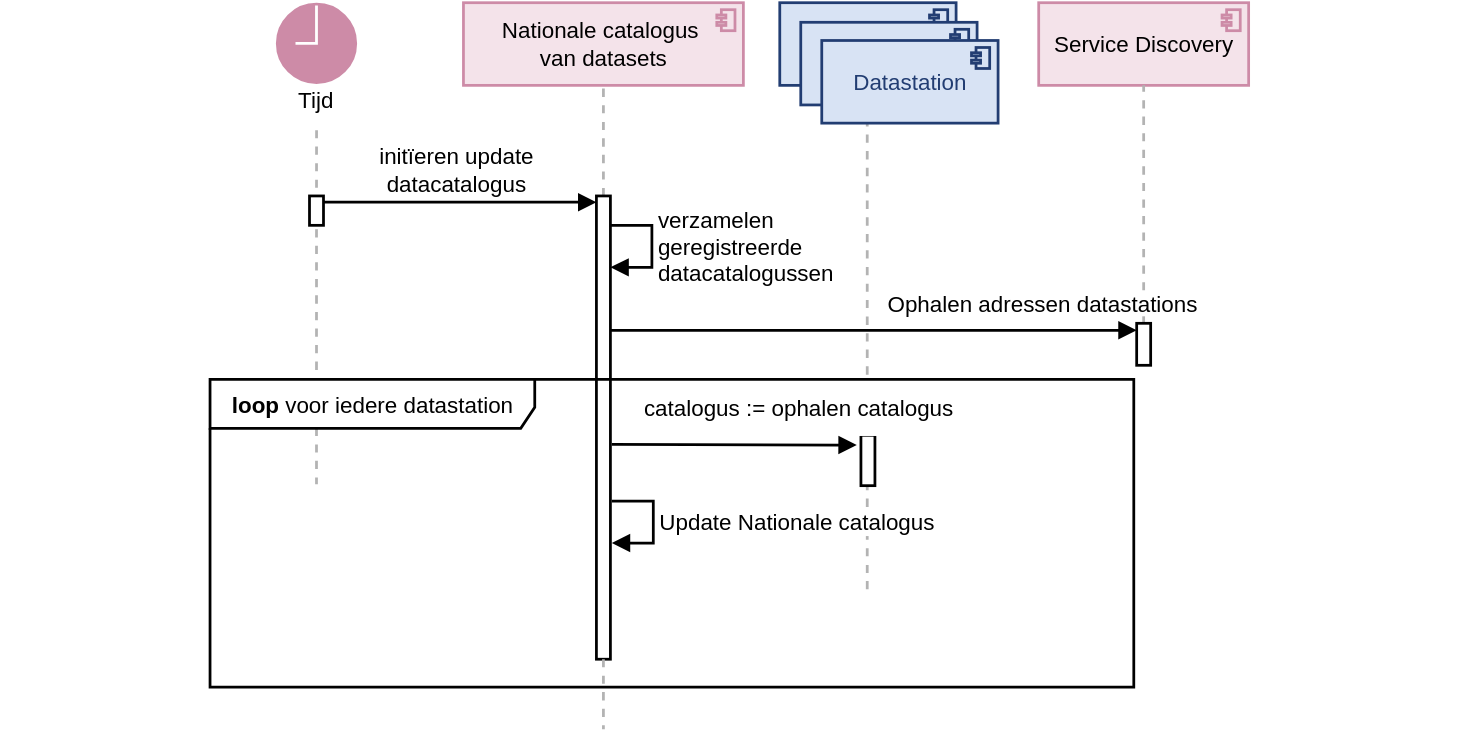
This is docs/applicatie/laag-3/datastation-ophalen.drawio.svg from Health-RI/data-station-specification, a draw.io export, as it was before one commit. Source tidied: cells renumbered, new cells last; positions are measured from the earlier drawing's top-left corner, leaving out a move shared by most shapes.
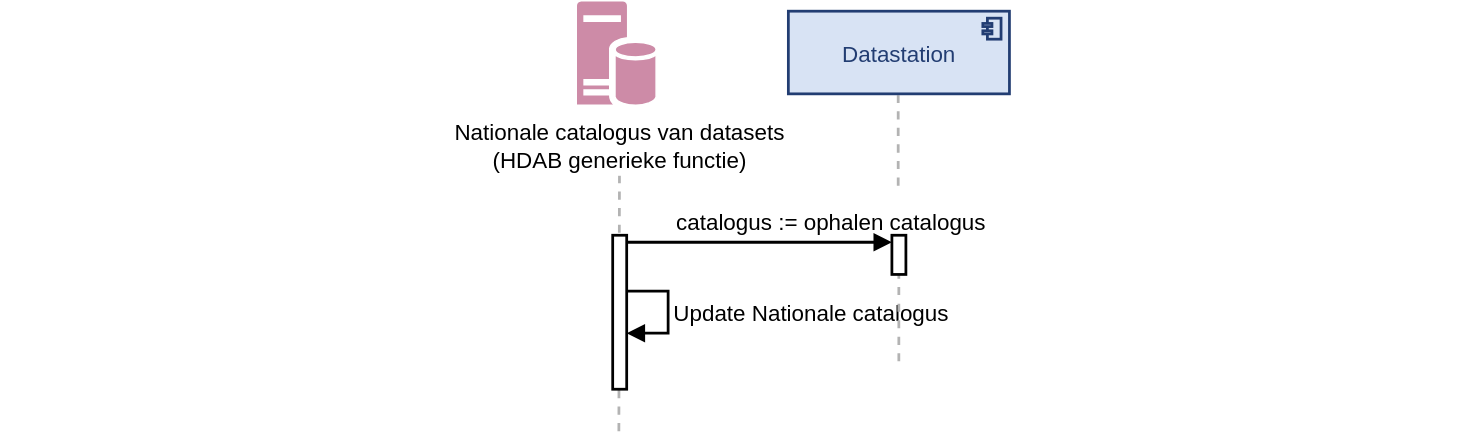
After the commit.

Diff of the diagram source:
```diff
@@ -2,120 +2,54 @@
   <root>
     <mxCell id="0" />
     <mxCell id="1" parent="0" />
-    <mxCell id="2" value="Nationale catalogus&amp;nbsp;&lt;div&gt;van datasets&lt;/div&gt;" style="html=1;outlineConnect=0;whiteSpace=wrap;fillColor=light-dark(#F4E3EA,#F4E3EA);shape=mxgraph.archimate3.application;appType=comp;archiType=square;fontSize=16;strokeWidth=1.9685;strokeColor=#CD8BA7;fontStyle=0;verticalAlign=middle;" parent="1" vertex="1">
-      <mxGeometry x="331.1" y="0.9" width="200" height="59.1" as="geometry" />
-    </mxCell>
     <mxCell id="3" style="rounded=0;whiteSpace=wrap;html=1;fillColor=none;strokeColor=none;" parent="1" vertex="1">
-      <mxGeometry y="260" width="1042.8" height="60" as="geometry" />
+      <mxGeometry y="148" width="1042.8" height="60" as="geometry" />
     </mxCell>
-    <mxCell id="4" value="initïeren update datacatalogus" style="text;html=1;whiteSpace=wrap;strokeColor=none;fillColor=none;align=center;verticalAlign=middle;rounded=0;fontSize=16;" parent="1" vertex="1">
-      <mxGeometry x="229.6" y="85" width="191.5" height="70" as="geometry" />
-    </mxCell>
-    <mxCell id="5" style="endArrow=none;html=1;rounded=0;fontSize=12;startSize=8;endSize=8;curved=1;dashed=1;strokeWidth=1.9685;strokeColor=#B3B3B3;" parent="1" edge="1" source="7" target="2">
-      <mxGeometry relative="1" as="geometry" />
-    </mxCell>
-    <mxCell id="6" style="endArrow=none;html=1;rounded=0;fontSize=12;startSize=8;endSize=8;curved=1;dashed=1;strokeWidth=1.9685;strokeColor=#B3B3B3;" parent="1" edge="1">
+    <mxCell id="6" style="endArrow=none;html=1;rounded=0;fontSize=12;startSize=8;endSize=8;curved=1;dashed=1;strokeWidth=1.9685;strokeColor=#B3B3B3;" parent="1" edge="1" target="30">
       <mxGeometry relative="1" as="geometry">
-        <mxPoint x="431.1" y="390" as="sourcePoint" />
-        <mxPoint x="431.1" y="219" as="targetPoint" />
+        <mxPoint x="442.1" y="288" as="sourcePoint" />
       </mxGeometry>
     </mxCell>
     <mxCell id="7" style="html=1;points=[[0,0,0,0,5],[0,1,0,0,-5],[1,0,0,0,5],[1,1,0,0,-5]];perimeter=orthogonalPerimeter;outlineConnect=0;targetShapes=umlLifeline;portConstraint=eastwest;newEdgeStyle={&quot;curved&quot;:0,&quot;rounded&quot;:0};strokeWidth=1.9685;" parent="1" vertex="1">
-      <mxGeometry x="426.1" y="139" width="10" height="331" as="geometry" />
+      <mxGeometry x="437.7" y="148" width="10" height="110" as="geometry" />
     </mxCell>
-    <mxCell id="8" style="endArrow=none;html=1;rounded=0;fontSize=12;startSize=8;endSize=8;curved=1;dashed=1;strokeWidth=1.9685;strokeColor=#B3B3B3;exitX=-0.018;exitY=0.1;exitDx=0;exitDy=0;exitPerimeter=0;" parent="1" edge="1" source="4">
-      <mxGeometry relative="1" as="geometry">
-        <mxPoint x="226.1" y="345" as="targetPoint" />
-        <Array as="points">
-          <mxPoint x="226.1" y="115" />
-        </Array>
-      </mxGeometry>
-    </mxCell>
-    <mxCell id="9" style="html=1;verticalAlign=bottom;endArrow=block;curved=0;rounded=0;fontSize=16;startSize=8;endSize=8;strokeWidth=1.9685;" parent="1" edge="1">
-      <mxGeometry relative="1" as="geometry">
-        <mxPoint x="229.6" y="143.5" as="sourcePoint" />
-        <mxPoint x="426.1" y="143.5" as="targetPoint" />
-      </mxGeometry>
-    </mxCell>
-    <mxCell id="10" value="Tijd" style="text;html=1;whiteSpace=wrap;strokeColor=none;fillColor=none;align=center;verticalAlign=middle;rounded=0;fontSize=16;fontFamily=Arial;" parent="1" vertex="1">
-      <mxGeometry x="150" y="55" width="151.1" height="30" as="geometry" />
-    </mxCell>
-    <mxCell id="11" style="endArrow=none;html=1;rounded=0;fontSize=12;startSize=8;endSize=8;curved=1;dashed=1;strokeWidth=1.9685;strokeColor=#B3B3B3;" parent="1" edge="1">
+    <mxCell id="11" style="endArrow=none;html=1;rounded=0;fontSize=12;startSize=8;endSize=8;curved=1;dashed=1;strokeWidth=1.9685;strokeColor=#B3B3B3;" parent="1" edge="1" source="13">
       <mxGeometry relative="1" as="geometry">
-        <mxPoint x="619.5" y="420" as="sourcePoint" />
-        <mxPoint x="619.5" y="60" as="targetPoint" />
+        <mxPoint x="641.7" y="48" as="targetPoint" />
       </mxGeometry>
     </mxCell>
-    <mxCell id="12" style="html=1;perimeter=orthogonalPerimeter;targetShapes=umlLifeline;newEdgeStyle={&quot;curved&quot;:0,&quot;rounded&quot;:0};strokeWidth=1.9685;" parent="1" vertex="1">
-      <mxGeometry x="221.1" y="139" width="10" height="21" as="geometry" />
-    </mxCell>
-    <mxCell id="13" style="html=1;points=[[0,0,0,0,5],[0,1,0,0,-5],[1,0,0,0,5],[1,1,0,0,-5]];perimeter=orthogonalPerimeter;outlineConnect=0;targetShapes=umlLifeline;portConstraint=eastwest;newEdgeStyle={&quot;curved&quot;:0,&quot;rounded&quot;:0};strokeWidth=1.9685;" parent="1" vertex="1">
-      <mxGeometry x="615" y="310" width="10" height="36" as="geometry" />
-    </mxCell>
     <mxCell id="14" value="catalogus := ophalen catalogus" style="text;html=1;whiteSpace=wrap;strokeColor=none;fillColor=default;align=center;verticalAlign=middle;rounded=0;fontSize=16;" parent="1" vertex="1">
-      <mxGeometry x="443" y="270" width="255" height="40" as="geometry" />
+      <mxGeometry x="466.1" y="118" width="255" height="40" as="geometry" />
     </mxCell>
-    <mxCell id="15" style="html=1;verticalLabelPosition=bottom;align=center;labelBackgroundColor=#ffffff;verticalAlign=top;strokeWidth=2;strokeColor=#FFFFFF;shadow=0;dashed=0;shape=mxgraph.ios7.icons.clock;fillColor=#CD8BA7;fontFamily=Arial;" parent="1" vertex="1">
-      <mxGeometry x="196.1" width="60" height="60" as="geometry" />
-    </mxCell>
-    <mxCell id="16" value="verzamelen&amp;nbsp;&lt;div&gt;geregistreerde&amp;nbsp;&lt;/div&gt;&lt;div&gt;datacatalogussen&amp;nbsp;&lt;/div&gt;" style="html=1;align=left;spacingLeft=2;endArrow=block;rounded=0;edgeStyle=orthogonalEdgeStyle;curved=0;rounded=0;fontSize=16;startSize=8;endSize=8;strokeWidth=1.9685;" parent="1" edge="1">
-      <mxGeometry x="0.01" relative="1" as="geometry">
-        <mxPoint x="436.1" y="160" as="sourcePoint" />
-        <mxPoint x="436.1" y="190" as="targetPoint" />
-        <Array as="points">
-          <mxPoint x="465.7" y="160" />
-          <mxPoint x="465.7" y="190" />
-        </Array>
-      </mxGeometry>
-    </mxCell>
-    <mxCell id="17" value="&lt;b&gt;loop&lt;/b&gt; voor iedere datastation" style="shape=umlFrame;whiteSpace=wrap;html=1;width=232;height=35;fontSize=16;strokeWidth=1.9685;" parent="1" vertex="1">
-      <mxGeometry x="150" y="270" width="660" height="220" as="geometry" />
-    </mxCell>
     <mxCell id="18" value="Update Nationale catalogus" style="html=1;align=left;spacingLeft=2;endArrow=block;rounded=0;edgeStyle=orthogonalEdgeStyle;curved=0;rounded=0;fontSize=16;startSize=8;endSize=8;strokeWidth=1.9685;" parent="1" edge="1">
       <mxGeometry x="0.01" relative="1" as="geometry">
-        <mxPoint x="437.1" y="357" as="sourcePoint" />
-        <mxPoint x="437.1" y="387" as="targetPoint" />
+        <mxPoint x="447.7" y="188" as="sourcePoint" />
+        <mxPoint x="447.7" y="218" as="targetPoint" />
         <Array as="points">
-          <mxPoint x="466.7" y="357" />
-          <mxPoint x="466.7" y="387" />
+          <mxPoint x="477.3" y="188" />
+          <mxPoint x="477.3" y="218" />
         </Array>
       </mxGeometry>
     </mxCell>
-    <mxCell id="19" style="endArrow=none;html=1;rounded=0;fontSize=12;startSize=8;endSize=8;curved=1;dashed=1;strokeWidth=1.9685;strokeColor=#B3B3B3;" parent="1" edge="1">
-      <mxGeometry relative="1" as="geometry">
-        <mxPoint x="431.1" y="470" as="sourcePoint" />
-        <mxPoint x="431.1" y="520" as="targetPoint" />
-      </mxGeometry>
-    </mxCell>
-    <mxCell id="20" style="html=1;verticalAlign=bottom;endArrow=block;curved=0;rounded=0;fontSize=16;startSize=8;endSize=8;strokeWidth=1.9685;" parent="1" edge="1">
-      <mxGeometry relative="1" as="geometry">
-        <mxPoint x="437.1" y="316.5" as="sourcePoint" />
-        <mxPoint x="612.1" y="317" as="targetPoint" />
-      </mxGeometry>
+    <mxCell id="20" style="html=1;verticalAlign=bottom;endArrow=block;curved=0;rounded=0;fontSize=16;startSize=8;endSize=8;strokeWidth=1.9685;exitX=1;exitY=0;exitDx=0;exitDy=5;exitPerimeter=0;entryX=0;entryY=0;entryDx=0;entryDy=5;entryPerimeter=0;" parent="1" edge="1" source="7" target="13">
+      <mxGeometry relative="1" as="geometry" />
     </mxCell>
     <mxCell id="21" value="Datastation" style="html=1;whiteSpace=wrap;fillColor=light-dark(#D8E3F4,#D8E3F4);shape=mxgraph.archimate3.application;appType=comp;archiType=square;fontSize=16;strokeWidth=1.9685;strokeColor=#223D72;fontColor=#223D72;fontStyle=0;verticalAlign=middle;spacingBottom=0;" parent="1" vertex="1">
-      <mxGeometry x="557.1" y="0.9" width="126" height="59.1" as="geometry" />
+      <mxGeometry x="563.2" y="-12" width="157.9" height="59.1" as="geometry" />
     </mxCell>
-    <mxCell id="22" value="Datastation" style="html=1;whiteSpace=wrap;fillColor=light-dark(#D8E3F4,#D8E3F4);shape=mxgraph.archimate3.application;appType=comp;archiType=square;fontSize=16;strokeWidth=1.9685;strokeColor=#223D72;fontColor=#223D72;fontStyle=0;verticalAlign=middle;spacingBottom=0;" parent="1" vertex="1">
-      <mxGeometry x="572.1" y="14.9" width="126" height="59.1" as="geometry" />
-    </mxCell>
-    <mxCell id="23" value="Datastation" style="html=1;whiteSpace=wrap;fillColor=light-dark(#D8E3F4,#D8E3F4);shape=mxgraph.archimate3.application;appType=comp;archiType=square;fontSize=16;strokeWidth=1.9685;strokeColor=#223D72;fontColor=#223D72;fontStyle=0;verticalAlign=middle;spacingBottom=0;" parent="1" vertex="1">
-      <mxGeometry x="587.1" y="27.9" width="126" height="59.1" as="geometry" />
-    </mxCell>
-    <mxCell id="24" value="Service Discovery" style="html=1;outlineConnect=0;whiteSpace=wrap;fillColor=light-dark(#F4E3EA,#F4E3EA);shape=mxgraph.archimate3.application;appType=comp;archiType=square;fontSize=16;strokeWidth=1.9685;strokeColor=#CD8BA7;fontStyle=0;verticalAlign=middle;" parent="1" vertex="1">
-      <mxGeometry x="742.1" y="0.9" width="150" height="59" as="geometry" />
-    </mxCell>
-    <mxCell id="25" style="endArrow=none;html=1;rounded=0;fontSize=12;startSize=8;endSize=8;curved=1;dashed=1;strokeWidth=1.9685;strokeColor=#B3B3B3;" parent="1" edge="1" source="26" target="24">
-      <mxGeometry relative="1" as="geometry" />
-    </mxCell>
-    <mxCell id="26" style="html=1;points=[[0,0,0,0,5],[0,1,0,0,-5],[1,0,0,0,5],[1,1,0,0,-5]];perimeter=orthogonalPerimeter;outlineConnect=0;targetShapes=umlLifeline;portConstraint=eastwest;newEdgeStyle={&quot;curved&quot;:0,&quot;rounded&quot;:0};strokeWidth=1.9685;" parent="1" vertex="1">
-      <mxGeometry x="812.1" y="230" width="10" height="30" as="geometry" />
-    </mxCell>
-    <mxCell id="27" style="html=1;verticalAlign=bottom;endArrow=block;curved=0;rounded=0;fontSize=16;startSize=8;endSize=8;strokeWidth=1.9685;entryX=0;entryY=0;entryDx=0;entryDy=5;entryPerimeter=0;" parent="1" edge="1" source="7" target="26">
-      <mxGeometry relative="1" as="geometry" />
-    </mxCell>
-    <mxCell id="28" value="&lt;span style=&quot;color: rgb(0, 0, 0); font-family: Helvetica; font-size: 16px; font-style: normal; font-variant-ligatures: normal; font-variant-caps: normal; font-weight: 400; letter-spacing: normal; orphans: 2; text-align: left; text-indent: 0px; text-transform: none; widows: 2; word-spacing: 0px; -webkit-text-stroke-width: 0px; white-space: nowrap; background-color: rgb(255, 255, 255); text-decoration-thickness: initial; text-decoration-style: initial; text-decoration-color: initial; display: inline !important; float: none;&quot;&gt;Ophalen&amp;nbsp;&lt;/span&gt;&lt;span style=&quot;background-color: rgb(255, 255, 255); color: light-dark(rgb(0, 0, 0), rgb(255, 255, 255)); font-size: 16px; text-wrap-mode: nowrap;&quot;&gt;adressen datastations&amp;nbsp;&lt;/span&gt;" style="text;whiteSpace=wrap;html=1;" parent="1" vertex="1">
-      <mxGeometry x="632.1" y="200" width="238" height="30" as="geometry" />
-    </mxCell>
+    <mxCell id="29" style="sketch=0;shadow=0;dashed=0;html=1;strokeColor=#FFFFFF;labelPosition=center;verticalLabelPosition=bottom;verticalAlign=top;align=center;fillColor=light-dark(#CD8BA7,#CD8BA7);shape=mxgraph.mscae.enterprise.database_server;fontFamily=Arial;" parent="1" vertex="1">
+      <mxGeometry x="411.2" y="-20" width="57" height="75" as="geometry" />
+    </mxCell>
+    <mxCell id="30" value="Nationale catalogus van datasets&lt;div&gt;(HDAB generieke functie)&lt;/div&gt;" style="text;html=1;whiteSpace=wrap;strokeColor=none;fillColor=default;align=center;verticalAlign=middle;rounded=0;fontSize=16;fontFamily=Arial;" parent="1" vertex="1">
+      <mxGeometry x="322" y="62" width="241.2" height="43" as="geometry" />
+    </mxCell>
+    <mxCell id="31" style="endArrow=none;html=1;rounded=0;fontSize=12;startSize=8;endSize=8;curved=1;dashed=1;strokeWidth=1.9685;strokeColor=#B3B3B3;" parent="1" edge="1" target="13">
+      <mxGeometry relative="1" as="geometry">
+        <mxPoint x="642.1" y="238" as="sourcePoint" />
+      </mxGeometry>
+    </mxCell>
+    <mxCell id="13" style="html=1;points=[[0,0,0,0,5],[0,1,0,0,-5],[1,0,0,0,5],[1,1,0,0,-5]];perimeter=orthogonalPerimeter;outlineConnect=0;targetShapes=umlLifeline;portConstraint=eastwest;newEdgeStyle={&quot;curved&quot;:0,&quot;rounded&quot;:0};strokeWidth=1.9685;" parent="1" vertex="1">
+      <mxGeometry x="637.2" y="148" width="10" height="28" as="geometry" />
+    </mxCell>
   </root>
 </mxGraphModel>
```
